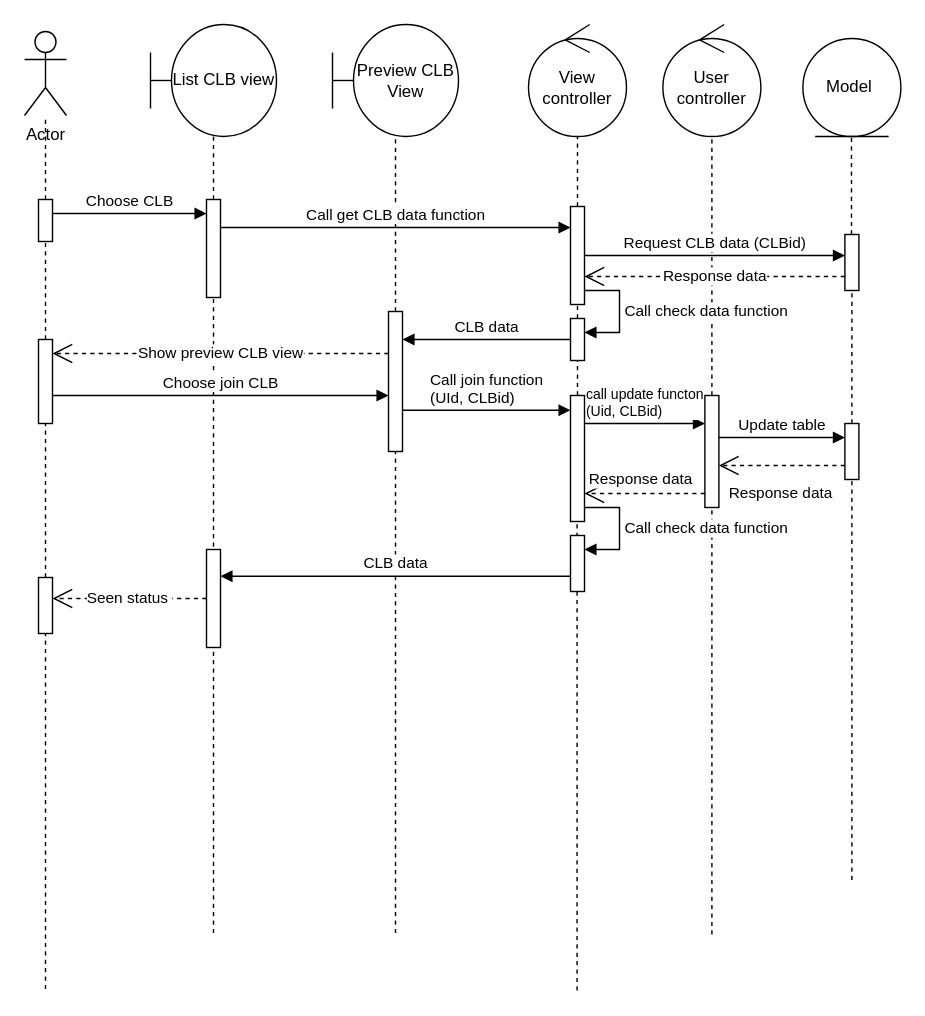
The draw.io diagram page "Join_CLB" (6 of 12) of diagram.drawio in ZanhhTrann/finall_project-, before the edit. Source tidied: cells renumbered, new cells numbered last; positions are measured from the earlier drawing's top-left corner, leaving out a move shared by most shapes. Both pictures are drawn from the tidied source at 140%, with x=0, y=0 at pixel (24, 24).
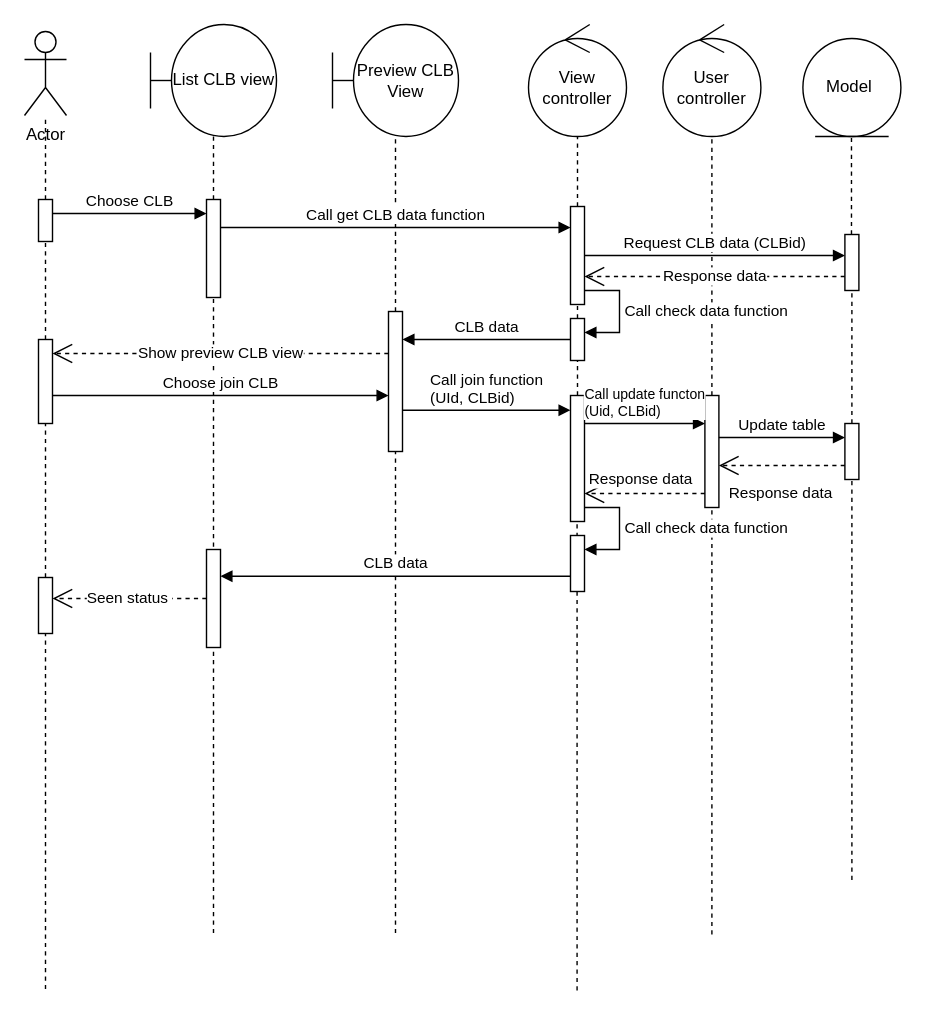
The same diagram, later.

What changed in the source:
```diff
@@
-    <mxCell id="43" value="&lt;div style=&quot;text-align: left; font-size: 10px;&quot;&gt;&lt;font style=&quot;font-size: 10px;&quot;&gt;call update functon&lt;/font&gt;&lt;/div&gt;&lt;div style=&quot;text-align: left; font-size: 10px;&quot;&gt;&lt;font style=&quot;font-size: 10px;&quot;&gt;(Uid, CLBid)&lt;/font&gt;&lt;/div&gt;" style="html=1;verticalAlign=bottom;endArrow=block;curved=0;rounded=0;" parent="1" edge="1">
+    <mxCell id="43" value="&lt;div style=&quot;text-align: left; font-size: 10px;&quot;&gt;&lt;font style=&quot;font-size: 10px;&quot;&gt;Call update functon&lt;/font&gt;&lt;/div&gt;&lt;div style=&quot;text-align: left; font-size: 10px;&quot;&gt;&lt;font style=&quot;font-size: 10px;&quot;&gt;(Uid, CLBid)&lt;/font&gt;&lt;/div&gt;" style="html=1;verticalAlign=bottom;endArrow=block;curved=0;rounded=0;" parent="1" edge="1">
       <mxGeometry relative="1" as="geometry">
         <mxPoint x="400" y="285" as="sourcePoint" />
         <mxPoint x="486" y="285" as="targetPoint" />
       </mxGeometry>
     </mxCell>
```
